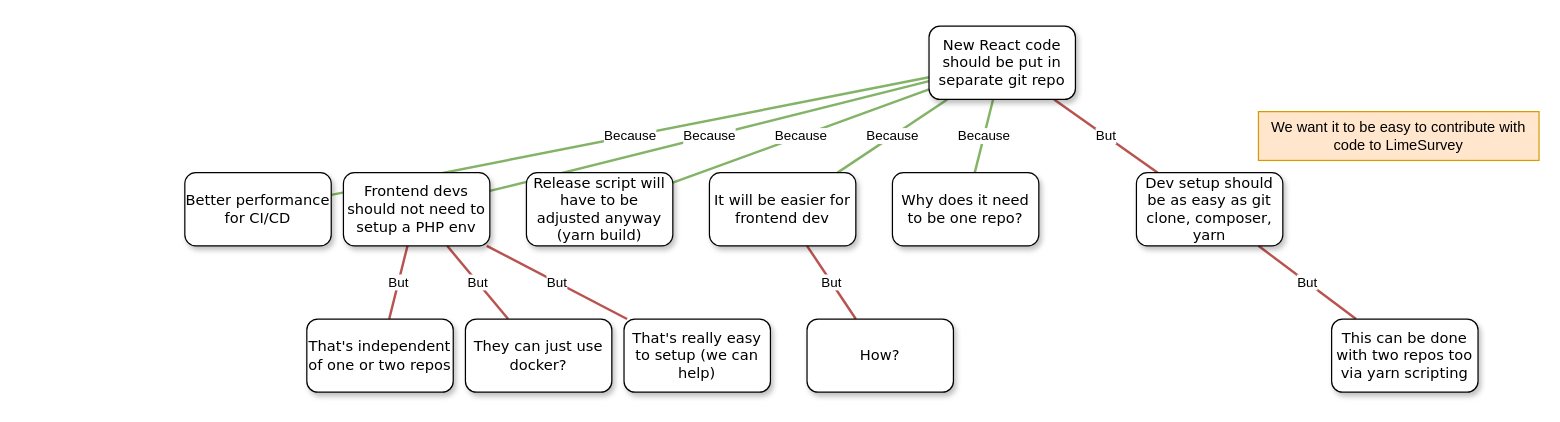
olleharstedt/limesurvey-wizard keeps this draw.io diagram as Separate_repo.drawio. Above is the earlier version. Source tidied: cells renumbered, new cells numbered last; positions are measured from the earlier drawing's top-left corner, leaving out a move shared by most shapes. Both pictures are drawn from the tidied source at 122%, with x=0, y=0 at pixel (184, 26).
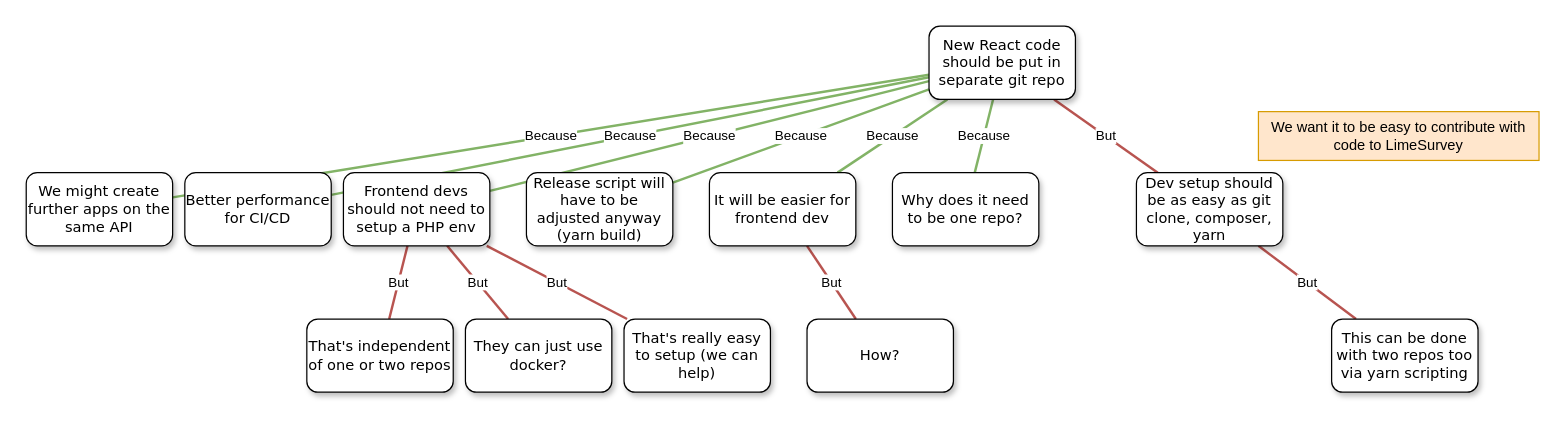
After the change.

The change refers to these unchanged cells:
```xml
<mxCell id="8" value="New React code should be put in separate git repo" style="whiteSpace=wrap;html=1;rounded=1;shadow=1;labelBackgroundColor=none;strokeWidth=1;fontFamily=Verdana;fontSize=12;align=center;" parent="1" vertex="1">
  <mxGeometry x="610" width="120" height="60" as="geometry" />
</mxCell>
```

What changed in the source:
```diff
@@
+    <mxCell id="26" value="Because" style="rounded=0;jettySize=auto;html=1;fillColor=#d5e8d4;strokeColor=#82b366;endArrow=none;endFill=0;strokeWidth=2;" parent="1" edge="1" source="8" target="27">
+      <mxGeometry relative="1" as="geometry" />
+    </mxCell>
@@
+    <mxCell id="27" value="We might create further apps on the same API" style="whiteSpace=wrap;html=1;rounded=1;shadow=1;labelBackgroundColor=none;strokeWidth=1;fontFamily=Verdana;fontSize=12;align=center;" parent="1" vertex="1">
+      <mxGeometry x="-130" y="120" width="120" height="60" as="geometry" />
+    </mxCell>
```
